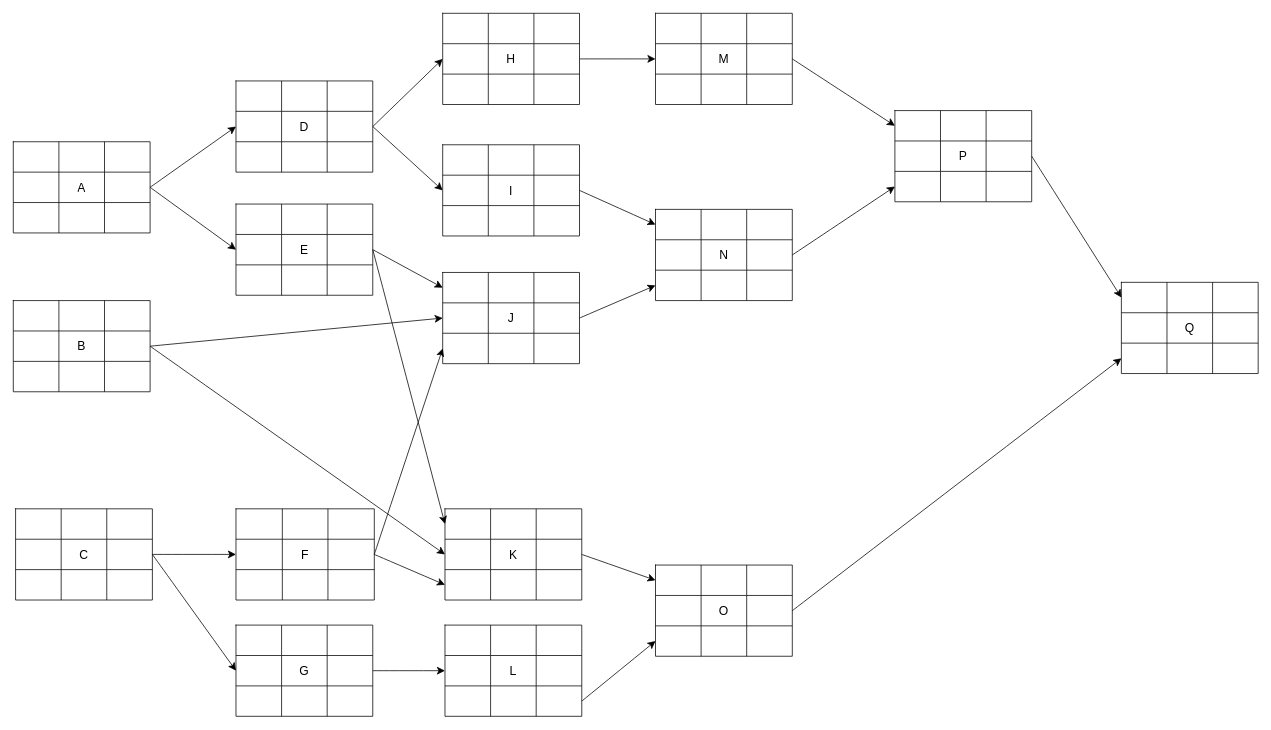
Before: 3.6.drawio in VictorLG89/examples, a draw.io diagram. Source tidied: cells renumbered, new cells numbered last; positions are measured from the earlier drawing's top-left corner, leaving out a move shared by most shapes. Both pictures are drawn from the tidied source at 76%, with x=0, y=0 at pixel (13, 13).
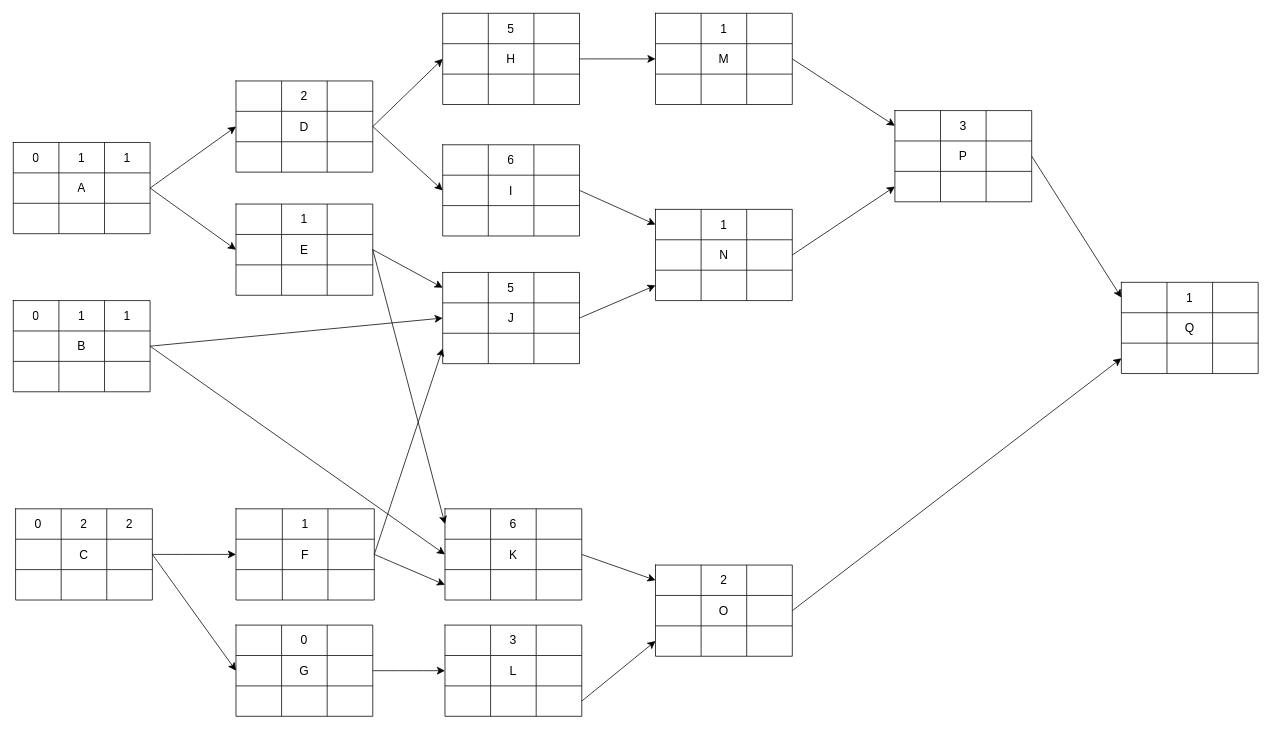
Above is the later version.

Unchanged cells that the change refers to:
```xml
<mxCell id="3" style="shape=tableRow;horizontal=0;startSize=0;swimlaneHead=0;swimlaneBody=0;strokeColor=inherit;top=0;left=0;bottom=0;right=0;fillColor=none;fontSize=16;" parent="2" vertex="1">
  <mxGeometry width="180" height="40" as="geometry" />
</mxCell>
<mxCell id="16" style="shape=tableRow;horizontal=0;startSize=0;swimlaneHead=0;swimlaneBody=0;strokeColor=inherit;top=0;left=0;bottom=0;right=0;fillColor=none;fontSize=16;" parent="15" vertex="1">
  <mxGeometry width="180" height="40" as="geometry" />
</mxCell>
<mxCell id="29" style="shape=tableRow;horizontal=0;startSize=0;swimlaneHead=0;swimlaneBody=0;strokeColor=inherit;top=0;left=0;bottom=0;right=0;fillColor=none;fontSize=16;" parent="28" vertex="1">
  <mxGeometry width="180" height="40" as="geometry" />
</mxCell>
<mxCell id="42" style="shape=tableRow;horizontal=0;startSize=0;swimlaneHead=0;swimlaneBody=0;strokeColor=inherit;top=0;left=0;bottom=0;right=0;fillColor=none;fontSize=16;" parent="41" vertex="1">
  <mxGeometry width="180" height="40" as="geometry" />
</mxCell>
<mxCell id="55" style="shape=tableRow;horizontal=0;startSize=0;swimlaneHead=0;swimlaneBody=0;strokeColor=inherit;top=0;left=0;bottom=0;right=0;fillColor=none;fontSize=16;" parent="54" vertex="1">
  <mxGeometry width="180" height="40" as="geometry" />
</mxCell>
<mxCell id="68" style="shape=tableRow;horizontal=0;startSize=0;swimlaneHead=0;swimlaneBody=0;strokeColor=inherit;top=0;left=0;bottom=0;right=0;fillColor=none;fontSize=16;" parent="67" vertex="1">
  <mxGeometry width="180" height="40" as="geometry" />
</mxCell>
<mxCell id="81" style="shape=tableRow;horizontal=0;startSize=0;swimlaneHead=0;swimlaneBody=0;strokeColor=inherit;top=0;left=0;bottom=0;right=0;fillColor=none;fontSize=16;" parent="80" vertex="1">
  <mxGeometry width="182" height="40" as="geometry" />
</mxCell>
<mxCell id="94" style="shape=tableRow;horizontal=0;startSize=0;swimlaneHead=0;swimlaneBody=0;strokeColor=inherit;top=0;left=0;bottom=0;right=0;fillColor=none;fontSize=16;" parent="93" vertex="1">
  <mxGeometry width="180" height="40" as="geometry" />
</mxCell>
<mxCell id="107" style="shape=tableRow;horizontal=0;startSize=0;swimlaneHead=0;swimlaneBody=0;strokeColor=inherit;top=0;left=0;bottom=0;right=0;fillColor=none;fontSize=16;" parent="106" vertex="1">
  <mxGeometry width="180" height="40" as="geometry" />
</mxCell>
<mxCell id="120" style="shape=tableRow;horizontal=0;startSize=0;swimlaneHead=0;swimlaneBody=0;strokeColor=inherit;top=0;left=0;bottom=0;right=0;fillColor=none;points=[[0,0.5],[1,0.5]];portConstraint=eastwest;fontSize=16;" parent="119" vertex="1">
  <mxGeometry width="180" height="40" as="geometry" />
</mxCell>
<mxCell id="133" style="shape=tableRow;horizontal=0;startSize=0;swimlaneHead=0;swimlaneBody=0;strokeColor=inherit;top=0;left=0;bottom=0;right=0;fillColor=none;points=[[0,0.5],[1,0.5]];portConstraint=eastwest;fontSize=16;" parent="132" vertex="1">
  <mxGeometry width="180" height="40" as="geometry" />
</mxCell>
<mxCell id="146" style="shape=tableRow;horizontal=0;startSize=0;swimlaneHead=0;swimlaneBody=0;strokeColor=inherit;top=0;left=0;bottom=0;right=0;fillColor=none;fontSize=16;" parent="145" vertex="1">
  <mxGeometry width="180" height="40" as="geometry" />
</mxCell>
<mxCell id="159" style="shape=tableRow;horizontal=0;startSize=0;swimlaneHead=0;swimlaneBody=0;strokeColor=inherit;top=0;left=0;bottom=0;right=0;fillColor=none;fontSize=16;" parent="158" vertex="1">
  <mxGeometry width="180" height="40" as="geometry" />
</mxCell>
<mxCell id="172" style="shape=tableRow;horizontal=0;startSize=0;swimlaneHead=0;swimlaneBody=0;strokeColor=inherit;top=0;left=0;bottom=0;right=0;fillColor=none;points=[[0,0.5],[1,0.5]];portConstraint=eastwest;fontSize=16;" parent="171" vertex="1">
  <mxGeometry width="180" height="40" as="geometry" />
</mxCell>
<mxCell id="185" style="shape=tableRow;horizontal=0;startSize=0;swimlaneHead=0;swimlaneBody=0;strokeColor=inherit;top=0;left=0;bottom=0;right=0;fillColor=none;points=[[0,0.5],[1,0.5]];portConstraint=eastwest;fontSize=16;" parent="184" vertex="1">
  <mxGeometry width="180" height="40" as="geometry" />
</mxCell>
<mxCell id="198" style="shape=tableRow;horizontal=0;startSize=0;swimlaneHead=0;swimlaneBody=0;strokeColor=inherit;top=0;left=0;bottom=0;right=0;fillColor=none;points=[[0,0.5],[1,0.5]];portConstraint=eastwest;fontSize=16;" parent="197" vertex="1">
  <mxGeometry width="180" height="40" as="geometry" />
</mxCell>
<mxCell id="211" style="shape=tableRow;horizontal=0;startSize=0;swimlaneHead=0;swimlaneBody=0;strokeColor=inherit;top=0;left=0;bottom=0;right=0;fillColor=none;points=[[0,0.5],[1,0.5]];portConstraint=eastwest;fontSize=16;" parent="210" vertex="1">
  <mxGeometry width="180" height="40" as="geometry" />
</mxCell>
```

Change to the diagram source:
```diff
@@
     <mxCell id="2" style="shape=table;startSize=0;childLayout=tableLayout;fontSize=16;" parent="1" vertex="1">
-      <mxGeometry y="169" width="180" height="120" as="geometry" />
+      <mxGeometry y="170" width="180" height="120" as="geometry" />
     </mxCell>
@@
-    <mxCell id="4" style="shape=partialRectangle;html=1;whiteSpace=wrap;strokeColor=inherit;overflow=hidden;fillColor=none;top=0;left=0;bottom=0;right=0;fontSize=16;" parent="3" vertex="1">
+    <mxCell id="4" value="0" style="shape=partialRectangle;html=1;whiteSpace=wrap;strokeColor=inherit;overflow=hidden;fillColor=none;top=0;left=0;bottom=0;right=0;fontSize=16;" parent="3" vertex="1">
       <mxGeometry width="60" height="40" as="geometry" />
     </mxCell>
-    <mxCell id="5" style="shape=partialRectangle;html=1;whiteSpace=wrap;strokeColor=inherit;overflow=hidden;fillColor=none;top=0;left=0;bottom=0;right=0;fontSize=16;" parent="3" vertex="1">
+    <mxCell id="5" value="1" style="shape=partialRectangle;html=1;whiteSpace=wrap;strokeColor=inherit;overflow=hidden;fillColor=none;top=0;left=0;bottom=0;right=0;fontSize=16;" parent="3" vertex="1">
       <mxGeometry x="60" width="60" height="40" as="geometry" />
     </mxCell>
-    <mxCell id="6" style="shape=partialRectangle;html=1;whiteSpace=wrap;strokeColor=inherit;overflow=hidden;fillColor=none;top=0;left=0;bottom=0;right=0;fontSize=16;" parent="3" vertex="1">
+    <mxCell id="6" value="1" style="shape=partialRectangle;html=1;whiteSpace=wrap;strokeColor=inherit;overflow=hidden;fillColor=none;top=0;left=0;bottom=0;right=0;fontSize=16;" parent="3" vertex="1">
       <mxGeometry x="120" width="60" height="40" as="geometry" />
     </mxCell>
@@
-    <mxCell id="17" style="shape=partialRectangle;html=1;whiteSpace=wrap;strokeColor=inherit;overflow=hidden;fillColor=none;top=0;left=0;bottom=0;right=0;fontSize=16;" parent="16" vertex="1">
+    <mxCell id="17" value="0" style="shape=partialRectangle;html=1;whiteSpace=wrap;strokeColor=inherit;overflow=hidden;fillColor=none;top=0;left=0;bottom=0;right=0;fontSize=16;" parent="16" vertex="1">
       <mxGeometry width="60" height="40" as="geometry" />
     </mxCell>
-    <mxCell id="18" style="shape=partialRectangle;html=1;whiteSpace=wrap;strokeColor=inherit;overflow=hidden;fillColor=none;top=0;left=0;bottom=0;right=0;fontSize=16;" parent="16" vertex="1">
+    <mxCell id="18" value="1" style="shape=partialRectangle;html=1;whiteSpace=wrap;strokeColor=inherit;overflow=hidden;fillColor=none;top=0;left=0;bottom=0;right=0;fontSize=16;" parent="16" vertex="1">
       <mxGeometry x="60" width="60" height="40" as="geometry" />
     </mxCell>
-    <mxCell id="19" style="shape=partialRectangle;html=1;whiteSpace=wrap;strokeColor=inherit;overflow=hidden;fillColor=none;top=0;left=0;bottom=0;right=0;fontSize=16;" parent="16" vertex="1">
+    <mxCell id="19" value="1" style="shape=partialRectangle;html=1;whiteSpace=wrap;strokeColor=inherit;overflow=hidden;fillColor=none;top=0;left=0;bottom=0;right=0;fontSize=16;" parent="16" vertex="1">
       <mxGeometry x="120" width="60" height="40" as="geometry" />
     </mxCell>
@@
-    <mxCell id="30" style="shape=partialRectangle;html=1;whiteSpace=wrap;strokeColor=inherit;overflow=hidden;fillColor=none;top=0;left=0;bottom=0;right=0;fontSize=16;" parent="29" vertex="1">
+    <mxCell id="30" value="0" style="shape=partialRectangle;html=1;whiteSpace=wrap;strokeColor=inherit;overflow=hidden;fillColor=none;top=0;left=0;bottom=0;right=0;fontSize=16;" parent="29" vertex="1">
       <mxGeometry width="60" height="40" as="geometry" />
     </mxCell>
-    <mxCell id="31" style="shape=partialRectangle;html=1;whiteSpace=wrap;strokeColor=inherit;overflow=hidden;fillColor=none;top=0;left=0;bottom=0;right=0;fontSize=16;" parent="29" vertex="1">
+    <mxCell id="31" value="2" style="shape=partialRectangle;html=1;whiteSpace=wrap;strokeColor=inherit;overflow=hidden;fillColor=none;top=0;left=0;bottom=0;right=0;fontSize=16;" parent="29" vertex="1">
       <mxGeometry x="60" width="60" height="40" as="geometry" />
     </mxCell>
-    <mxCell id="32" style="shape=partialRectangle;html=1;whiteSpace=wrap;strokeColor=inherit;overflow=hidden;fillColor=none;top=0;left=0;bottom=0;right=0;fontSize=16;" parent="29" vertex="1">
+    <mxCell id="32" value="2" style="shape=partialRectangle;html=1;whiteSpace=wrap;strokeColor=inherit;overflow=hidden;fillColor=none;top=0;left=0;bottom=0;right=0;fontSize=16;" parent="29" vertex="1">
       <mxGeometry x="120" width="60" height="40" as="geometry" />
     </mxCell>
@@
-    <mxCell id="44" style="shape=partialRectangle;html=1;whiteSpace=wrap;strokeColor=inherit;overflow=hidden;fillColor=none;top=0;left=0;bottom=0;right=0;fontSize=16;" parent="42" vertex="1">
+    <mxCell id="44" value="2" style="shape=partialRectangle;html=1;whiteSpace=wrap;strokeColor=inherit;overflow=hidden;fillColor=none;top=0;left=0;bottom=0;right=0;fontSize=16;" parent="42" vertex="1">
       <mxGeometry x="60" width="60" height="40" as="geometry" />
     </mxCell>
@@
-    <mxCell id="57" style="shape=partialRectangle;html=1;whiteSpace=wrap;strokeColor=inherit;overflow=hidden;fillColor=none;top=0;left=0;bottom=0;right=0;fontSize=16;" parent="55" vertex="1">
+    <mxCell id="57" value="1" style="shape=partialRectangle;html=1;whiteSpace=wrap;strokeColor=inherit;overflow=hidden;fillColor=none;top=0;left=0;bottom=0;right=0;fontSize=16;" parent="55" vertex="1">
       <mxGeometry x="60" width="60" height="40" as="geometry" />
     </mxCell>
@@
-    <mxCell id="70" style="shape=partialRectangle;html=1;whiteSpace=wrap;strokeColor=inherit;overflow=hidden;fillColor=none;top=0;left=0;bottom=0;right=0;fontSize=16;" parent="68" vertex="1">
+    <mxCell id="70" value="0" style="shape=partialRectangle;html=1;whiteSpace=wrap;strokeColor=inherit;overflow=hidden;fillColor=none;top=0;left=0;bottom=0;right=0;fontSize=16;" parent="68" vertex="1">
       <mxGeometry x="60" width="60" height="40" as="geometry" />
     </mxCell>
@@
-    <mxCell id="83" style="shape=partialRectangle;html=1;whiteSpace=wrap;strokeColor=inherit;overflow=hidden;fillColor=none;top=0;left=0;bottom=0;right=0;fontSize=16;" parent="81" vertex="1">
+    <mxCell id="83" value="1" style="shape=partialRectangle;html=1;whiteSpace=wrap;strokeColor=inherit;overflow=hidden;fillColor=none;top=0;left=0;bottom=0;right=0;fontSize=16;" parent="81" vertex="1">
       <mxGeometry x="61" width="60" height="40" as="geometry" />
     </mxCell>
@@
-    <mxCell id="96" style="shape=partialRectangle;html=1;whiteSpace=wrap;strokeColor=inherit;overflow=hidden;fillColor=none;top=0;left=0;bottom=0;right=0;fontSize=16;" parent="94" vertex="1">
+    <mxCell id="96" value="6" style="shape=partialRectangle;html=1;whiteSpace=wrap;strokeColor=inherit;overflow=hidden;fillColor=none;top=0;left=0;bottom=0;right=0;fontSize=16;" parent="94" vertex="1">
       <mxGeometry x="60" width="60" height="40" as="geometry" />
     </mxCell>
@@
-    <mxCell id="109" style="shape=partialRectangle;html=1;whiteSpace=wrap;strokeColor=inherit;overflow=hidden;fillColor=none;top=0;left=0;bottom=0;right=0;fontSize=16;" parent="107" vertex="1">
+    <mxCell id="109" value="5" style="shape=partialRectangle;html=1;whiteSpace=wrap;strokeColor=inherit;overflow=hidden;fillColor=none;top=0;left=0;bottom=0;right=0;fontSize=16;" parent="107" vertex="1">
       <mxGeometry x="60" width="60" height="40" as="geometry" />
     </mxCell>
@@
-    <mxCell id="122" style="shape=partialRectangle;html=1;whiteSpace=wrap;strokeColor=inherit;overflow=hidden;fillColor=none;top=0;left=0;bottom=0;right=0;fontSize=16;" parent="120" vertex="1">
+    <mxCell id="122" value="6" style="shape=partialRectangle;html=1;whiteSpace=wrap;strokeColor=inherit;overflow=hidden;fillColor=none;top=0;left=0;bottom=0;right=0;fontSize=16;" parent="120" vertex="1">
       <mxGeometry x="60" width="60" height="40" as="geometry" />
     </mxCell>
@@
-    <mxCell id="135" style="shape=partialRectangle;html=1;whiteSpace=wrap;strokeColor=inherit;overflow=hidden;fillColor=none;top=0;left=0;bottom=0;right=0;fontSize=16;" parent="133" vertex="1">
+    <mxCell id="135" value="5" style="shape=partialRectangle;html=1;whiteSpace=wrap;strokeColor=inherit;overflow=hidden;fillColor=none;top=0;left=0;bottom=0;right=0;fontSize=16;" parent="133" vertex="1">
       <mxGeometry x="60" width="60" height="40" as="geometry" />
     </mxCell>
@@
-    <mxCell id="148" style="shape=partialRectangle;html=1;whiteSpace=wrap;strokeColor=inherit;overflow=hidden;fillColor=none;top=0;left=0;bottom=0;right=0;fontSize=16;" parent="146" vertex="1">
+    <mxCell id="148" value="3" style="shape=partialRectangle;html=1;whiteSpace=wrap;strokeColor=inherit;overflow=hidden;fillColor=none;top=0;left=0;bottom=0;right=0;fontSize=16;" parent="146" vertex="1">
       <mxGeometry x="60" width="60" height="40" as="geometry" />
     </mxCell>
@@
-    <mxCell id="161" style="shape=partialRectangle;html=1;whiteSpace=wrap;strokeColor=inherit;overflow=hidden;fillColor=none;top=0;left=0;bottom=0;right=0;fontSize=16;" parent="159" vertex="1">
+    <mxCell id="161" value="1" style="shape=partialRectangle;html=1;whiteSpace=wrap;strokeColor=inherit;overflow=hidden;fillColor=none;top=0;left=0;bottom=0;right=0;fontSize=16;" parent="159" vertex="1">
       <mxGeometry x="60" width="60" height="40" as="geometry" />
     </mxCell>
@@
-    <mxCell id="174" style="shape=partialRectangle;html=1;whiteSpace=wrap;strokeColor=inherit;overflow=hidden;fillColor=none;top=0;left=0;bottom=0;right=0;fontSize=16;" parent="172" vertex="1">
+    <mxCell id="174" value="1" style="shape=partialRectangle;html=1;whiteSpace=wrap;strokeColor=inherit;overflow=hidden;fillColor=none;top=0;left=0;bottom=0;right=0;fontSize=16;" parent="172" vertex="1">
       <mxGeometry x="60" width="60" height="40" as="geometry" />
     </mxCell>
@@
-    <mxCell id="187" style="shape=partialRectangle;html=1;whiteSpace=wrap;strokeColor=inherit;overflow=hidden;fillColor=none;top=0;left=0;bottom=0;right=0;fontSize=16;" parent="185" vertex="1">
+    <mxCell id="187" value="2" style="shape=partialRectangle;html=1;whiteSpace=wrap;strokeColor=inherit;overflow=hidden;fillColor=none;top=0;left=0;bottom=0;right=0;fontSize=16;" parent="185" vertex="1">
       <mxGeometry x="60" width="60" height="40" as="geometry" />
     </mxCell>
@@
-    <mxCell id="200" style="shape=partialRectangle;html=1;whiteSpace=wrap;strokeColor=inherit;overflow=hidden;fillColor=none;top=0;left=0;bottom=0;right=0;fontSize=16;" parent="198" vertex="1">
+    <mxCell id="200" value="3" style="shape=partialRectangle;html=1;whiteSpace=wrap;strokeColor=inherit;overflow=hidden;fillColor=none;top=0;left=0;bottom=0;right=0;fontSize=16;" parent="198" vertex="1">
       <mxGeometry x="60" width="60" height="40" as="geometry" />
     </mxCell>
@@
-    <mxCell id="213" style="shape=partialRectangle;html=1;whiteSpace=wrap;strokeColor=inherit;overflow=hidden;fillColor=none;top=0;left=0;bottom=0;right=0;fontSize=16;" parent="211" vertex="1">
+    <mxCell id="213" value="1" style="shape=partialRectangle;html=1;whiteSpace=wrap;strokeColor=inherit;overflow=hidden;fillColor=none;top=0;left=0;bottom=0;right=0;fontSize=16;" parent="211" vertex="1">
       <mxGeometry x="60" width="60" height="40" as="geometry" />
     </mxCell>
```
